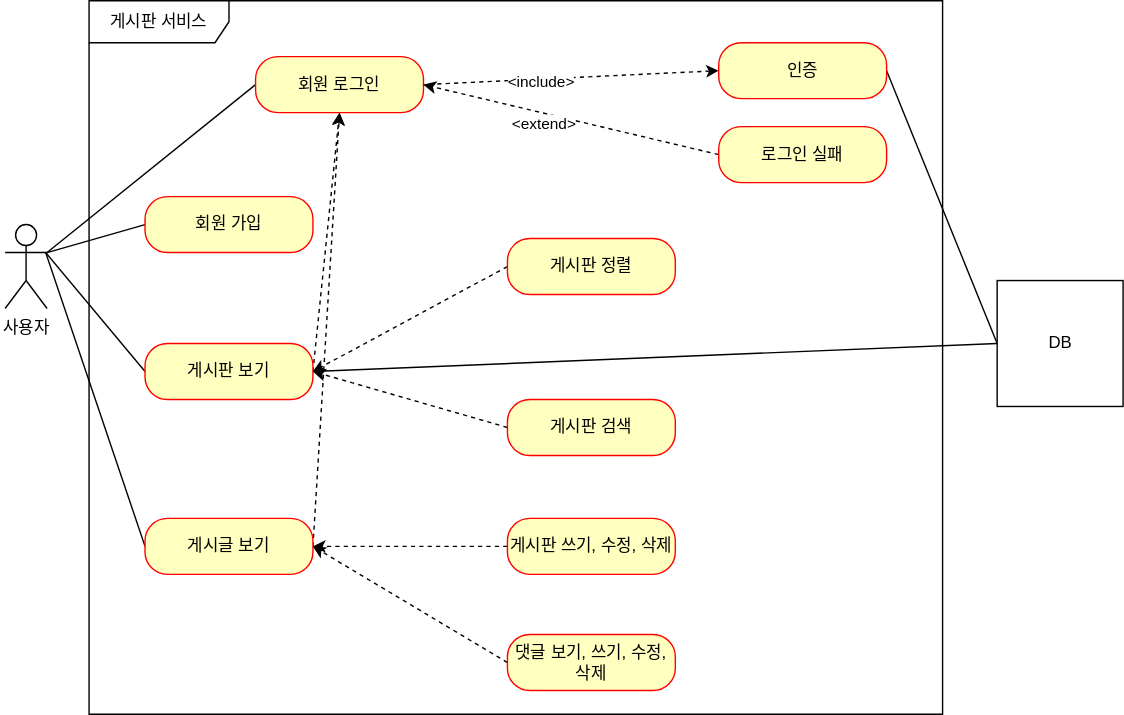
Before: document/use-case.svg, a diagram exported from draw.io (Swacker3927/fastcampus-board-project). Source tidied: cells renumbered, new cells last; positions are measured from the earlier drawing's top-left corner, leaving out a move shared by most shapes.
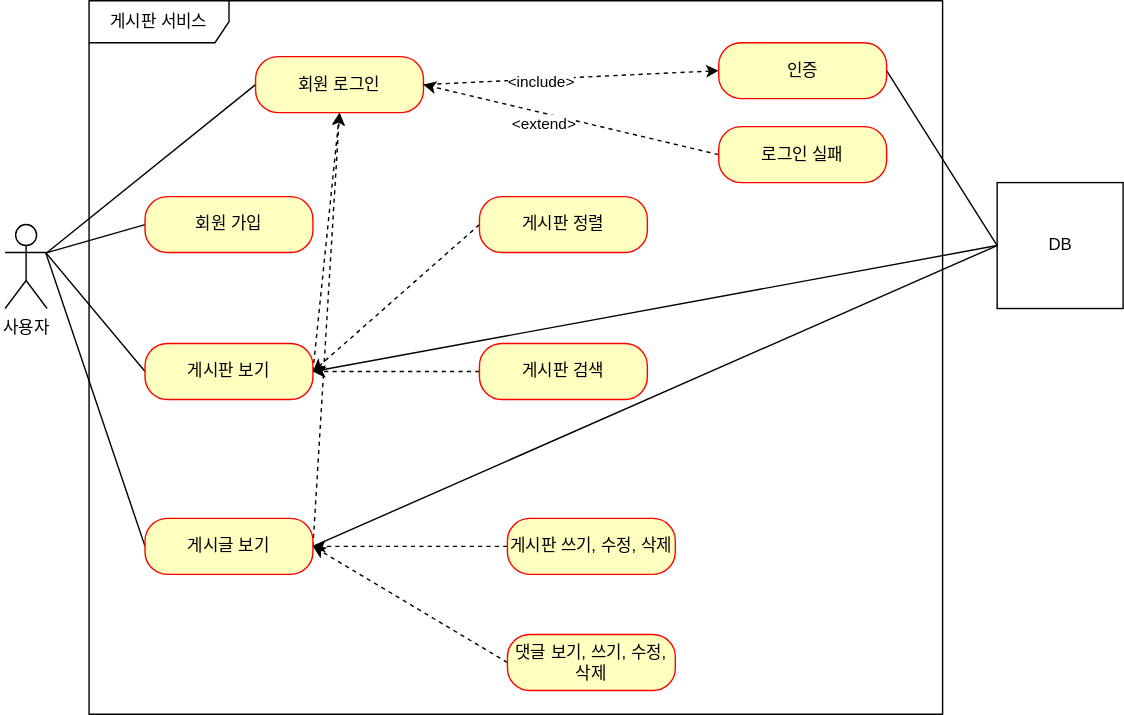
Later version of the same file.

Diff of the diagram source:
```diff
@@ -36,6 +36,9 @@
     <mxCell id="11" style="edgeStyle=none;rounded=0;jettySize=auto;html=1;exitX=1;exitY=0.5;exitDx=0;exitDy=0;dashed=1;startArrow=none;startFill=0;endArrow=classic;endFill=1;entryX=0.5;entryY=1;entryDx=0;entryDy=0;" parent="1" edge="1" source="12" target="14">
       <mxGeometry relative="1" as="geometry" />
     </mxCell>
+    <mxCell id="31" style="edgeStyle=none;rounded=0;jettySize=auto;html=1;exitX=1;exitY=0.5;exitDx=0;exitDy=0;entryX=0;entryY=0.5;entryDx=0;entryDy=0;endArrow=none;endFill=0;" parent="1" edge="1" source="12" target="30">
+      <mxGeometry relative="1" as="geometry" />
+    </mxCell>
     <mxCell id="12" value="게시글 보기" style="rounded=1;whiteSpace=wrap;html=1;arcSize=40;fontColor=#000000;fillColor=#ffffc0;strokeColor=#ff0000;" parent="1" vertex="1">
       <mxGeometry x="100" y="370" width="120" height="40" as="geometry" />
     </mxCell>
@@ -74,13 +77,13 @@
       <mxGeometry relative="1" as="geometry" />
     </mxCell>
     <mxCell id="23" value="게시판 정렬" style="rounded=1;whiteSpace=wrap;html=1;arcSize=40;fontColor=#000000;fillColor=#ffffc0;strokeColor=#ff0000;" parent="1" vertex="1">
-      <mxGeometry x="359" y="170" width="120" height="40" as="geometry" />
+      <mxGeometry x="339" y="140" width="120" height="40" as="geometry" />
     </mxCell>
     <mxCell id="24" style="edgeStyle=none;rounded=0;jettySize=auto;html=1;exitX=0;exitY=0.5;exitDx=0;exitDy=0;dashed=1;startArrow=none;startFill=0;endArrow=classic;endFill=1;entryX=1;entryY=0.5;entryDx=0;entryDy=0;" parent="1" edge="1" source="25" target="9">
       <mxGeometry relative="1" as="geometry" />
     </mxCell>
     <mxCell id="25" value="게시판 검색" style="rounded=1;whiteSpace=wrap;html=1;arcSize=40;fontColor=#000000;fillColor=#ffffc0;strokeColor=#ff0000;" parent="1" vertex="1">
-      <mxGeometry x="359" y="285" width="120" height="40" as="geometry" />
+      <mxGeometry x="339" y="245" width="120" height="40" as="geometry" />
     </mxCell>
     <mxCell id="26" style="edgeStyle=none;rounded=0;jettySize=auto;html=1;exitX=0;exitY=0.5;exitDx=0;exitDy=0;entryX=1;entryY=0.5;entryDx=0;entryDy=0;dashed=1;startArrow=none;startFill=0;endArrow=classic;endFill=1;" parent="1" edge="1" source="27" target="12">
       <mxGeometry relative="1" as="geometry" />
@@ -95,7 +98,7 @@
       <mxGeometry x="359" y="453" width="120" height="40" as="geometry" />
     </mxCell>
     <mxCell id="30" value="DB" style="html=1;" parent="1" vertex="1">
-      <mxGeometry x="709" y="200" width="90" height="90" as="geometry" />
+      <mxGeometry x="709" y="130" width="90" height="90" as="geometry" />
     </mxCell>
   </root>
 </mxGraphModel>
```
